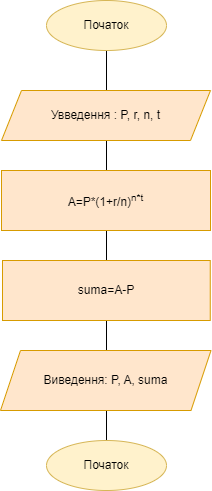
The draw.io diagram ai_12/sofiia_buhai/epic_1/practice_work_task_1_sofiia_buhai.drawio.png in artificial-intelligence-department/ai_programming_playground_2024, before a commit. Source tidied: cells renumbered, new cells last; positions are measured from the earlier drawing's top-left corner, leaving out a move shared by most shapes.
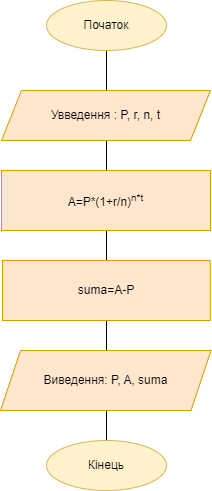
The same file after the commit.

Commit message:
Epic 1 - Sofiia Buhai

Diff of the diagram source:
```diff
@@ -20,7 +20,7 @@
     <mxCell id="7" value="suma=A-P" style="rounded=0;whiteSpace=wrap;html=1;fillColor=#ffe6cc;strokeColor=#d79b00;" parent="1" vertex="1">
       <mxGeometry x="2" y="260" width="207.8" height="60" as="geometry" />
     </mxCell>
-    <mxCell id="8" value="Початок" style="ellipse;whiteSpace=wrap;html=1;fillColor=#fff2cc;strokeColor=#d6b656;" parent="1" vertex="1">
+    <mxCell id="8" value="Кінець" style="ellipse;whiteSpace=wrap;html=1;fillColor=#fff2cc;strokeColor=#d6b656;" parent="1" vertex="1">
       <mxGeometry x="46" y="440" width="120" height="50" as="geometry" />
     </mxCell>
   </root>
```
